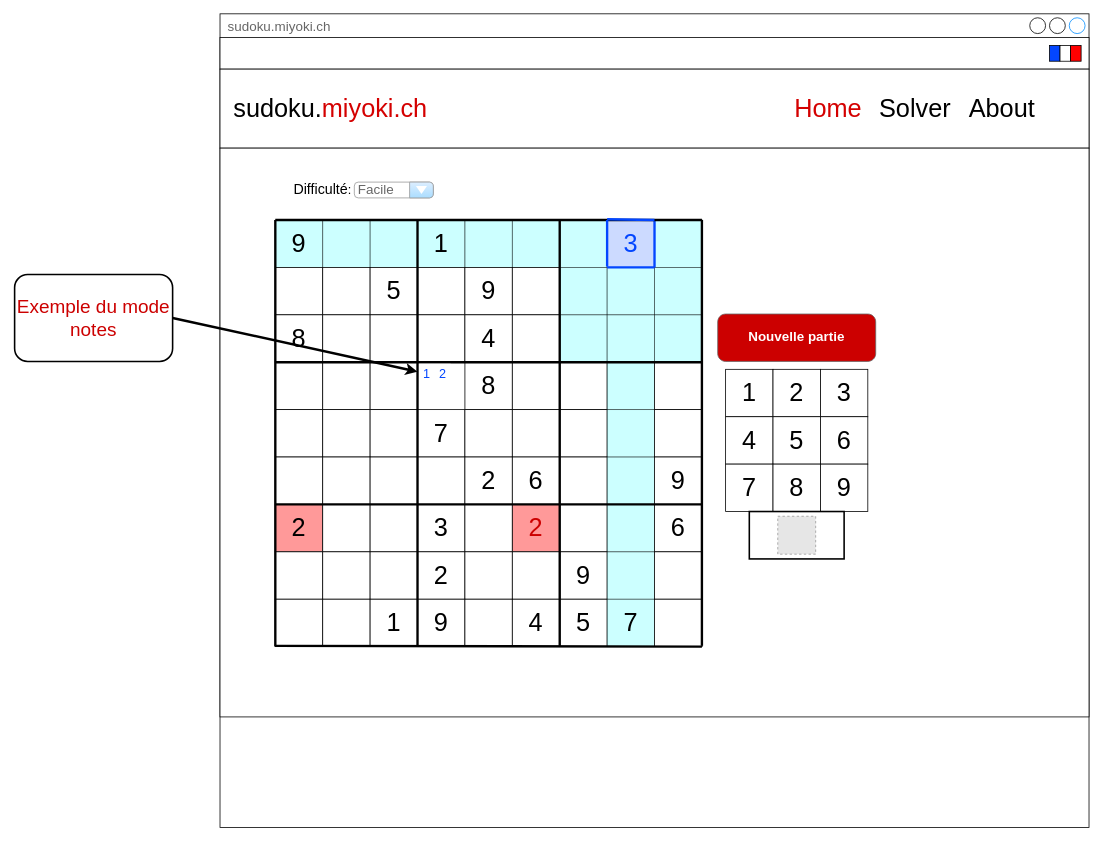
Before: wireframe/wireframe.drawio in miyokidev/sudoku-client-react, a draw.io diagram. Source tidied: cells renumbered, new cells numbered last; positions are measured from the earlier drawing's top-left corner, leaving out a move shared by most shapes. Both pictures are drawn from the tidied source at 79%, with x=0, y=0 at pixel (14, 13). Pictures stored in the file or linked from it are replaced by grey dashed boxes.
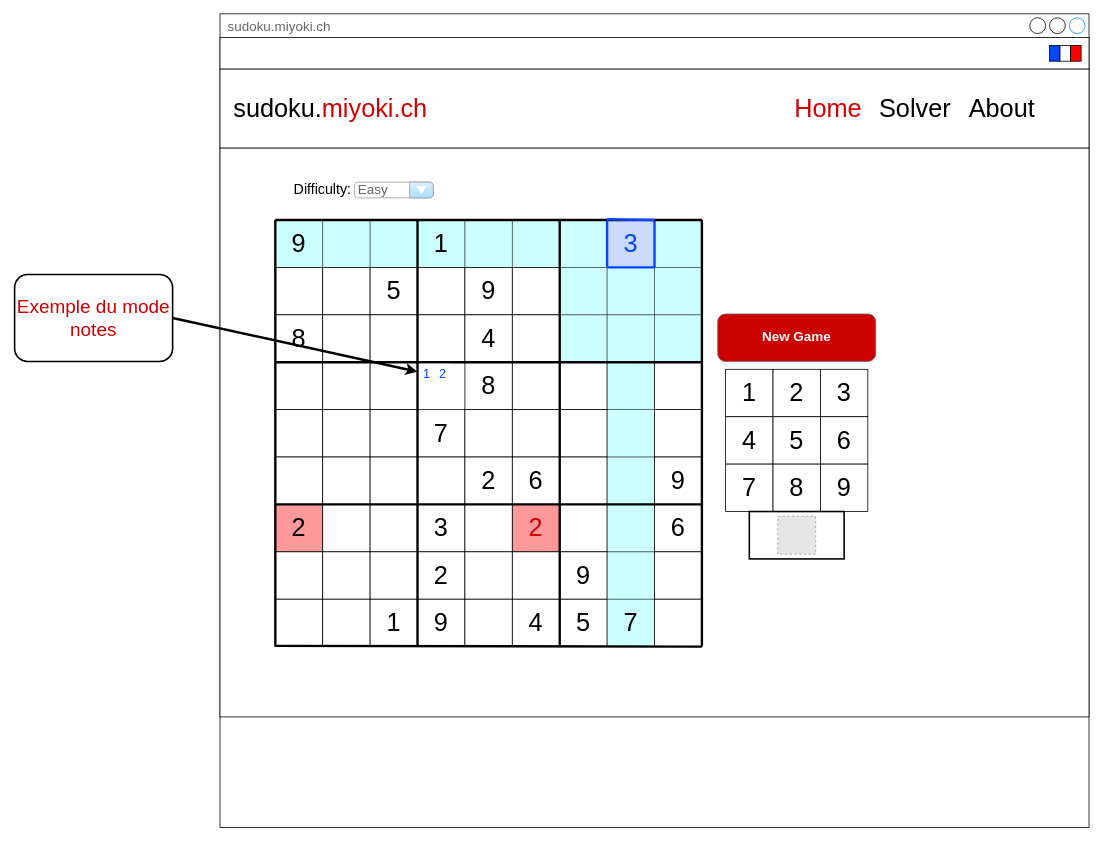
After the change.

Commit message:
Modification langue

Diff of the diagram source:
```diff
@@
-    <mxCell id="122" value="Facile" style="strokeWidth=1;shadow=0;dashed=0;align=center;html=1;shape=mxgraph.mockup.forms.comboBox;strokeColor=#999999;fillColor=#ddeeff;align=left;fillColor2=#aaddff;mainText=;fontColor=#666666;fontSize=17;spacingLeft=3;rounded=0;glass=0;sketch=0;" parent="19" vertex="1">
+    <mxCell id="122" value="Easy" style="strokeWidth=1;shadow=0;dashed=0;align=center;html=1;shape=mxgraph.mockup.forms.comboBox;strokeColor=#999999;fillColor=#ddeeff;align=left;fillColor2=#aaddff;mainText=;fontColor=#666666;fontSize=17;spacingLeft=3;rounded=0;glass=0;sketch=0;" parent="19" vertex="1">
       <mxGeometry x="430" y="213" width="100" height="20" as="geometry" />
     </mxCell>
-    <mxCell id="123" value="&lt;font color=&quot;#000000&quot;&gt;&lt;font style=&quot;font-size: 18px&quot;&gt;Difficulté&lt;/font&gt;&lt;span style=&quot;font-size: 16px&quot;&gt;:&lt;/span&gt;&lt;/font&gt;" style="text;html=1;strokeColor=none;fillColor=none;align=center;verticalAlign=middle;whiteSpace=wrap;rounded=0;shadow=0;glass=0;sketch=0;fontSize=24;fontColor=#CC0000;" parent="19" vertex="1">
+    <mxCell id="123" value="&lt;font color=&quot;#000000&quot;&gt;&lt;span style=&quot;font-size: 18px&quot;&gt;Difficulty:&lt;/span&gt;&lt;/font&gt;" style="text;html=1;strokeColor=none;fillColor=none;align=center;verticalAlign=middle;whiteSpace=wrap;rounded=0;shadow=0;glass=0;sketch=0;fontSize=24;fontColor=#CC0000;" parent="19" vertex="1">
       <mxGeometry x="370" y="210" width="40" height="20" as="geometry" />
     </mxCell>
-    <mxCell id="124" value="Nouvelle partie" style="strokeWidth=1;shadow=0;dashed=0;align=center;html=1;shape=mxgraph.mockup.buttons.button;strokeColor=#666666;fontColor=#ffffff;mainText=;buttonStyle=round;fontSize=17;fontStyle=1;whiteSpace=wrap;rounded=0;glass=0;sketch=0;fillColor=#CC0000;" parent="19" vertex="1">
+    <mxCell id="124" value="New Game" style="strokeWidth=1;shadow=0;dashed=0;align=center;html=1;shape=mxgraph.mockup.buttons.button;strokeColor=#666666;fontColor=#ffffff;mainText=;buttonStyle=round;fontSize=17;fontStyle=1;whiteSpace=wrap;rounded=0;glass=0;sketch=0;fillColor=#CC0000;" parent="19" vertex="1">
       <mxGeometry x="890" y="380" width="200" height="60" as="geometry" />
     </mxCell>
```
